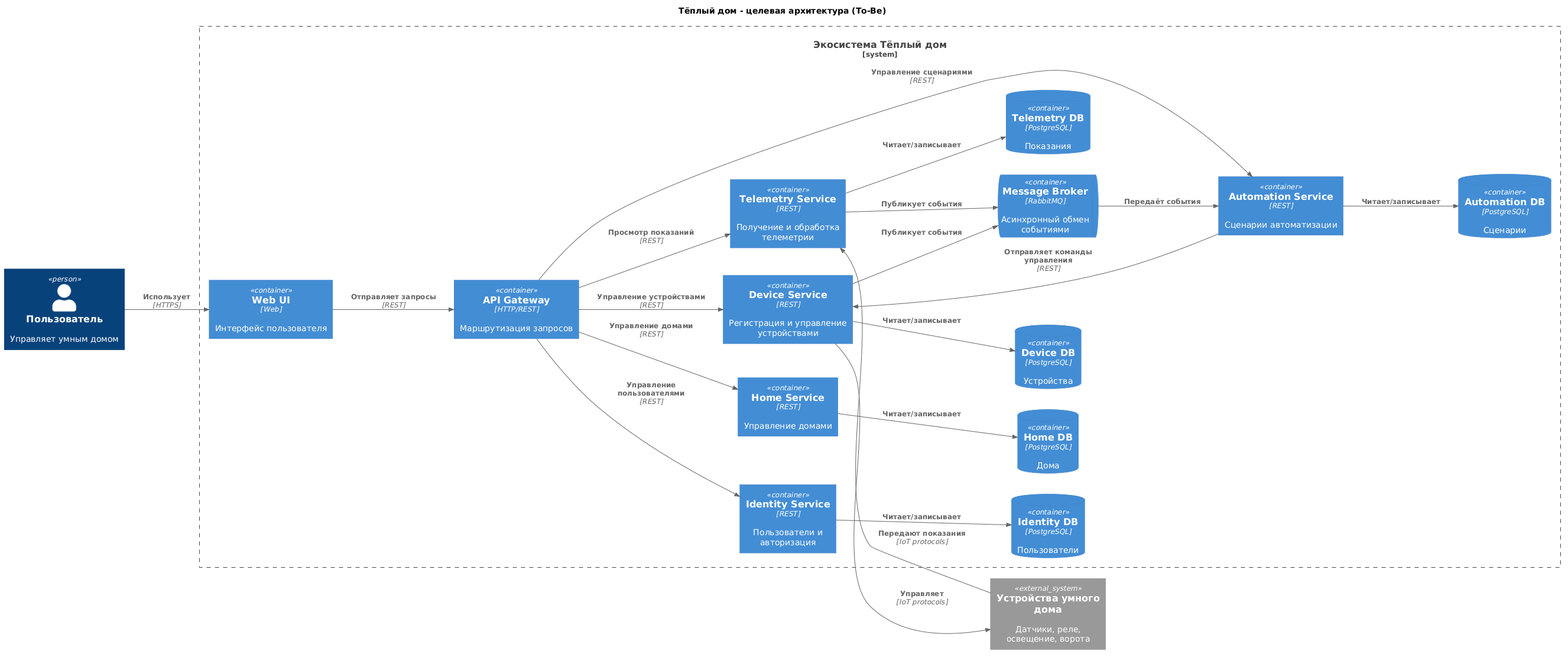
Above: diagrams/to-be-containers.png in razumpost/architecture_warmhouse (PlantUML), before the change.
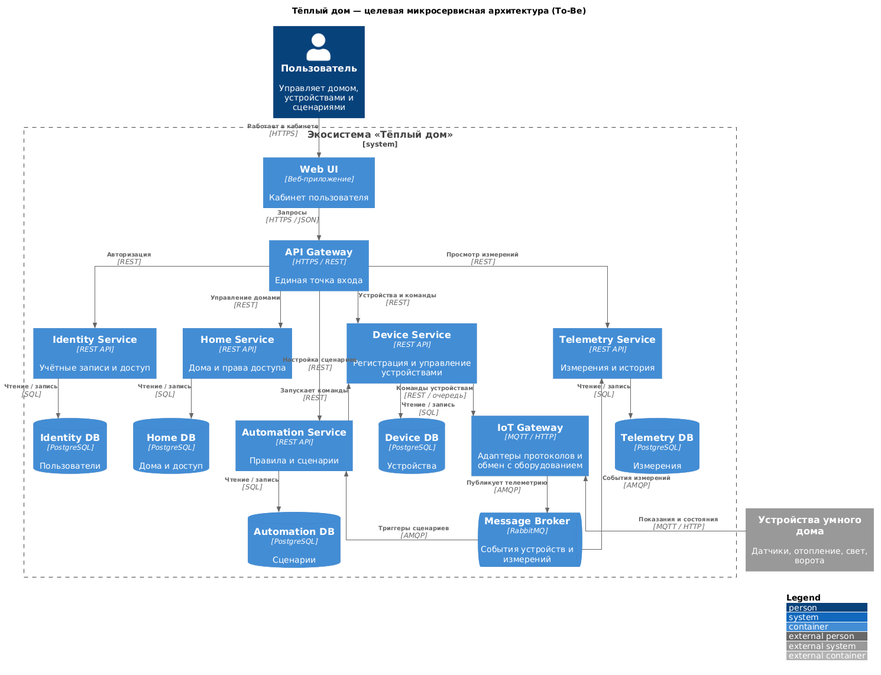
The same diagram one commit later.

Commit message:
rebuild scheme

The edit, as a diff of the source:
```diff
@@ -1,60 +1,120 @@
 @startuml
 !include <C4/C4_Container>
 
-title Тёплый дом - целевая архитектура (To-Be)
+title Тёплый дом — целевая микросервисная архитектура (To-Be)
 
-LAYOUT_LEFT_RIGHT()
+LAYOUT_TOP_DOWN()
+LAYOUT_WITH_LEGEND()
 
-Person(user, "Пользователь", "Управляет умным домом")
+skinparam linetype ortho
+skinparam nodesep 45
+skinparam ranksep 55
+skinparam ArrowFontSize 10
+skinparam defaultFontName Arial
 
-System_Ext(devices, "Устройства умного дома", "Датчики, реле, освещение, ворота")
+Person(user, "Пользователь", "Управляет домом, устройствами и сценариями")
+System_Ext(devices, "Устройства умного дома", "Датчики, отопление, свет, ворота")
 
-System_Boundary(smart_home, "Экосистема Тёплый дом") {
+System_Boundary(system, "Экосистема «Тёплый дом»") {
 
-    Container(web, "Web UI", "Web", "Интерфейс пользователя")
+    Container(web, "Web UI", "Веб-приложение", "Кабинет пользователя")
 
-    Container(gateway, "API Gateway", "HTTP/REST", "Маршрутизация запросов")
+    Container(api, "API Gateway", "HTTPS / REST", "Единая точка входа")
 
-    Container(identity, "Identity Service", "REST", "Пользователи и авторизация")
+    Container(identity, "Identity Service", "REST API", "Учётные записи и доступ")
 
-    Container(home, "Home Service", "REST", "Управление домами")
+    Container(home, "Home Service", "REST API", "Дома и права доступа")
 
-    Container(device, "Device Service", "REST", "Регистрация и управление устройствами")
+    Container(device, "Device Service", "REST API", "Регистрация и управление устройствами")
 
-    Container(telemetry, "Telemetry Service", "REST", "Получение и обработка телеметрии")
+    Container(telemetry, "Telemetry Service", "REST API", "Измерения и история")
 
-    Container(automation, "Automation Service", "REST", "Сценарии автоматизации")
+    Container(automation, "Automation Service", "REST API", "Правила и сценарии")
 
-    ContainerQueue(broker, "Message Broker", "RabbitMQ", "Асинхронный обмен событиями")
+    Container(iot, "IoT Gateway", "MQTT / HTTP", "Адаптеры протоколов и обмен с оборудованием")
 
-    ContainerDb(identity_db, "Identity DB", "PostgreSQL", "Пользователи")
-    ContainerDb(home_db, "Home DB", "PostgreSQL", "Дома")
-    ContainerDb(device_db, "Device DB", "PostgreSQL", "Устройства")
-    ContainerDb(telemetry_db, "Telemetry DB", "PostgreSQL", "Показания")
-    ContainerDb(automation_db, "Automation DB", "PostgreSQL", "Сценарии")
+    ContainerQueue(bus, "Message Broker", "RabbitMQ", "События устройств и измерений")
 
+    ContainerDb(identityDb, "Identity DB", "PostgreSQL", "Пользователи")
+
+    ContainerDb(homeDb, "Home DB", "PostgreSQL", "Дома и доступ")
+
+    ContainerDb(deviceDb, "Device DB", "PostgreSQL", "Устройства")
+
+    ContainerDb(telemetryDb, "Telemetry DB", "PostgreSQL", "Измерения")
+
+    ContainerDb(automationDb, "Automation DB", "PostgreSQL", "Сценарии")
 }
 
-Rel(user, web, "Использует", "HTTPS")
-Rel(web, gateway, "Отправляет запросы", "REST")
 
-Rel(gateway, identity, "Управление пользователями", "REST")
-Rel(gateway, home, "Управление домами", "REST")
-Rel(gateway, device, "Управление устройствами", "REST")
-Rel(gateway, telemetry, "Просмотр показаний", "REST")
-Rel(gateway, automation, "Управление сценариями", "REST")
+Rel_D(user, web, "Работает в кабинете", "HTTPS")
 
-Rel(identity, identity_db, "Читает/записывает")
-Rel(home, home_db, "Читает/записывает")
-Rel(device, device_db, "Читает/записывает")
-Rel(telemetry, telemetry_db, "Читает/записывает")
-Rel(automation, automation_db, "Читает/записывает")
+Rel_D(web, api, "Запросы", "HTTPS / JSON")
 
-Rel(device, devices, "Управляет", "IoT protocols")
-Rel(devices, telemetry, "Передают показания", "IoT protocols")
+Rel_D(api, identity, "Авторизация", "REST")
 
-Rel(device, broker, "Публикует события")
-Rel(telemetry, broker, "Публикует события")
-Rel(broker, automation, "Передаёт события")
-Rel(automation, device, "Отправляет команды управления", "REST")
+Rel_D(api, home, "Управление домами", "REST")
+
+Rel_D(api, device, "Устройства и команды", "REST")
+
+Rel_D(api, telemetry, "Просмотр измерений", "REST")
+
+Rel_D(api, automation, "Настройка сценариев", "REST")
+
+
+
+Rel_D(identity, identityDb, "Чтение / запись", "SQL")
+
+Rel_D(home, homeDb, "Чтение / запись", "SQL")
+
+Rel_D(device, deviceDb, "Чтение / запись", "SQL")
+
+Rel_D(telemetry, telemetryDb, "Чтение / запись", "SQL")
+
+Rel_D(automation, automationDb, "Чтение / запись", "SQL")
+
+
+
+Rel_D(device, iot, "Команды устройствам", "REST / очередь")
+
+Rel_U(devices, iot, "Показания и состояния", "MQTT / HTTP")
+
+
+
+Rel_D(iot, bus, "Публикует телеметрию", "AMQP")
+
+Rel_L(bus, telemetry, "События измерений", "AMQP")
+
+Rel_L(bus, automation, "Триггеры сценариев", "AMQP")
+
+Rel_U(automation, device, "Запускает команды", "REST")
+
+
+
+
+Lay_R(identity, home)
+
+Lay_R(home, device)
+
+Lay_R(device, telemetry)
+
+Lay_R(telemetry, automation)
+
+
+
+Lay_D(device, iot)
+
+Lay_R(iot, bus)
+
+
+
+Lay_D(identity, identityDb)
+
+Lay_D(home, homeDb)
+
+Lay_D(device, deviceDb)
+
+Lay_D(telemetry, telemetryDb)
+
+Lay_D(automation, automationDb)
 @enduml
```
